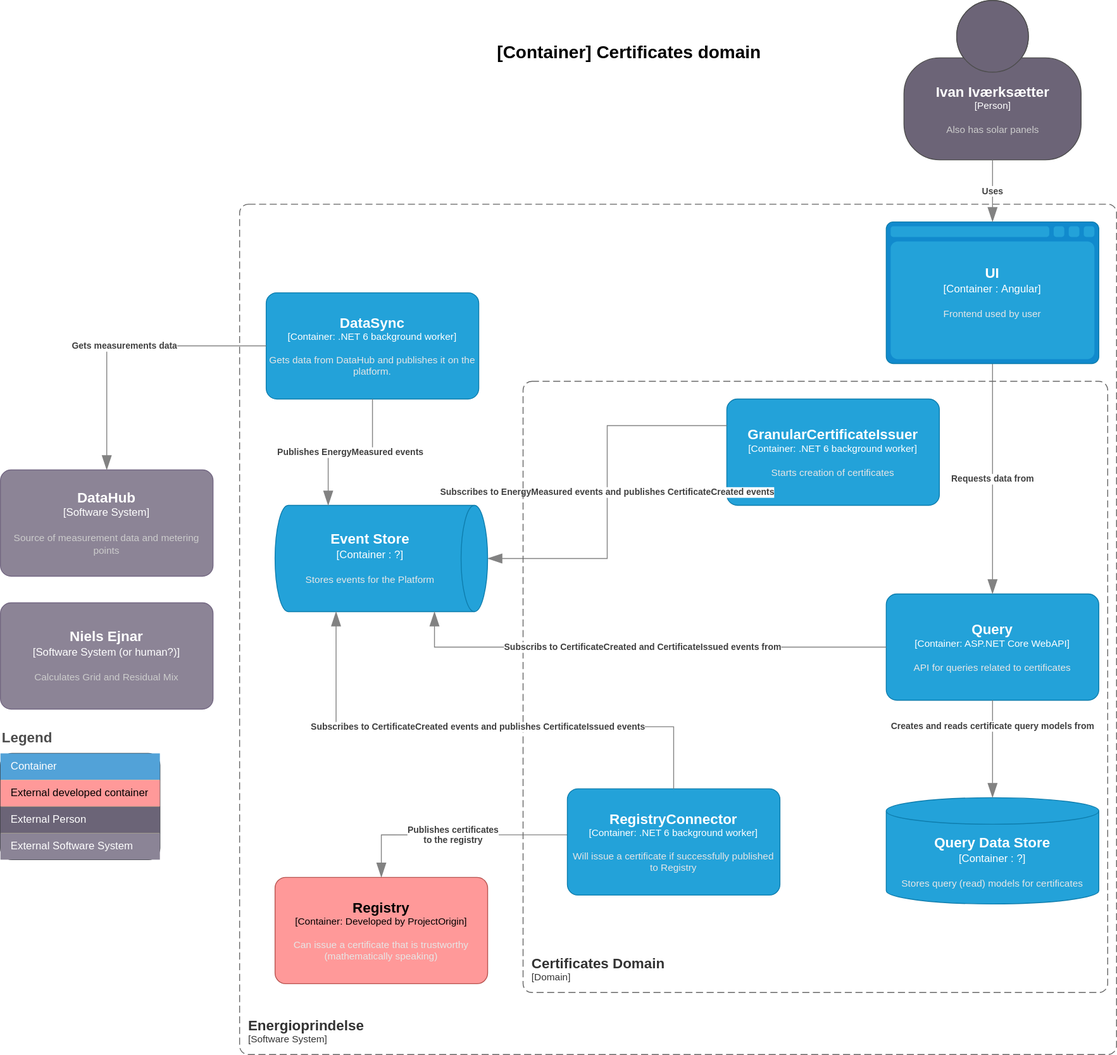
Above: doc/architecture/diagrams/certificates.target.container.drawio.svg in Energinet-DataHub/energy-origin (draw.io), before the change. Source tidied: cells renumbered, new cells last; positions are measured from the earlier drawing's top-left corner, leaving out a move shared by most shapes.
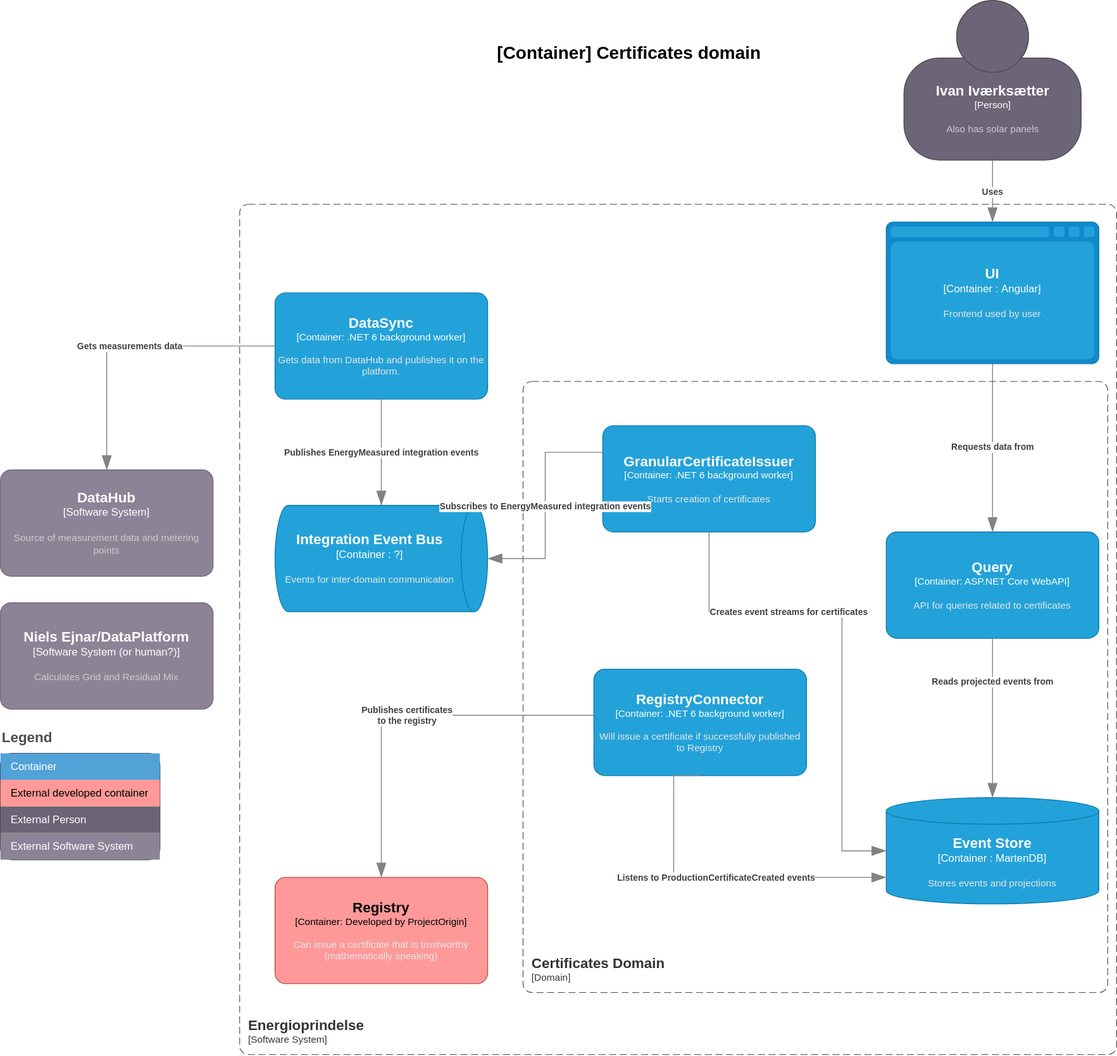
The same file after the commit.

Diff of the diagram source:
```diff
@@ -9,25 +9,20 @@
     </object>
     <object id="3" label="&lt;font style=&quot;font-size: 16px&quot;&gt;&lt;b&gt;%c4Name%&lt;/b&gt;&lt;/font&gt;&lt;div&gt;[%c4Type%: %c4Technology%]&lt;/div&gt;&lt;br&gt;&lt;div&gt;&lt;font style=&quot;font-size: 11px&quot;&gt;&lt;font color=&quot;#E6E6E6&quot;&gt;%c4Description%&lt;/font&gt;&lt;/div&gt;" c4Description="API for queries related to certificates" c4Name="Query" c4Technology="ASP.NET Core WebAPI" c4Type="Container" placeholders="1">
       <mxCell style="rounded=1;whiteSpace=wrap;html=1;fontSize=11;labelBackgroundColor=none;fillColor=#23A2D9;fontColor=#ffffff;align=center;arcSize=10;strokeColor=#0E7DAD;points=[[0.25,0,0],[0.5,0,0],[0.75,0,0],[1,0.25,0],[1,0.5,0],[1,0.75,0],[0.75,1,0],[0.5,1,0],[0.25,1,0],[0,0.75,0],[0,0.5,0],[0,0.25,0]];" parent="1" vertex="1">
-        <mxGeometry x="1000" y="670" width="240" height="120" as="geometry" />
+        <mxGeometry x="1000" y="600" width="240" height="120" as="geometry" />
       </mxCell>
     </object>
     <object id="4" label="&lt;font style=&quot;font-size: 16px&quot;&gt;&lt;b&gt;%c4Name%&lt;/b&gt;&lt;/font&gt;&lt;div&gt;[%c4Type%: %c4Technology%]&lt;/div&gt;&lt;br&gt;&lt;div&gt;&lt;font style=&quot;font-size: 11px&quot;&gt;&lt;font color=&quot;#E6E6E6&quot;&gt;%c4Description%&lt;/font&gt;&lt;/div&gt;" c4Description="Starts creation of certificates" c4Name="GranularCertificateIssuer" c4Technology=".NET 6 background worker" c4Type="Container" placeholders="1">
       <mxCell style="rounded=1;whiteSpace=wrap;html=1;fontSize=11;labelBackgroundColor=none;fillColor=#23A2D9;fontColor=#ffffff;align=center;arcSize=10;strokeColor=#0E7DAD;points=[[0.25,0,0],[0.5,0,0],[0.75,0,0],[1,0.25,0],[1,0.5,0],[1,0.75,0],[0.75,1,0],[0.5,1,0],[0.25,1,0],[0,0.75,0],[0,0.5,0],[0,0.25,0]];" parent="1" vertex="1">
-        <mxGeometry x="820" y="450" width="240" height="120" as="geometry" />
+        <mxGeometry x="680" y="480" width="240" height="120" as="geometry" />
       </mxCell>
     </object>
-    <object id="5" label="&lt;font style=&quot;font-size: 16px&quot;&gt;&lt;b&gt;%c4Type%&lt;/font&gt;&lt;div&gt;[%c4Container%:&amp;nbsp;%c4Technology%]&lt;/div&gt;&lt;br&gt;&lt;div&gt;&lt;font style=&quot;font-size: 11px&quot;&gt;&lt;font color=&quot;#E6E6E6&quot;&gt;%c4Description%&lt;/font&gt;&lt;/div&gt;" c4Container="Container " c4Description="Stores query (read) models for certificates" c4Technology="?" c4Type="Query Data Store" placeholders="1">
+    <object id="5" label="&lt;font style=&quot;font-size: 16px&quot;&gt;&lt;b&gt;%c4Type%&lt;/font&gt;&lt;div&gt;[%c4Container%:&amp;nbsp;%c4Technology%]&lt;/div&gt;&lt;br&gt;&lt;div&gt;&lt;font style=&quot;font-size: 11px&quot;&gt;&lt;font color=&quot;#E6E6E6&quot;&gt;%c4Description%&lt;/font&gt;&lt;/div&gt;" c4Container="Container " c4Description="Stores events and projections" c4Technology="MartenDB" c4Type="Event Store" placeholders="1">
       <mxCell style="shape=cylinder3;size=15;whiteSpace=wrap;html=1;boundedLbl=1;rounded=0;labelBackgroundColor=none;fillColor=#23A2D9;fontSize=12;fontColor=#ffffff;align=center;strokeColor=#0E7DAD;points=[[0.5,0,0],[1,0.25,0],[1,0.5,0],[1,0.75,0],[0.5,1,0],[0,0.75,0],[0,0.5,0],[0,0.25,0]];" parent="1" vertex="1">
         <mxGeometry x="1000" y="900" width="240" height="120" as="geometry" />
       </mxCell>
     </object>
-    <object id="6" label="&lt;div style=&quot;text-align: left&quot;&gt;&lt;div style=&quot;text-align: center&quot;&gt;&lt;b&gt;%c4Description%&lt;/b&gt;&lt;/div&gt;" c4Description="Subscribes to EnergyMeasured events and publishes CertificateCreated events" c4Type="Relationship" placeholders="1">
-      <mxCell style="endArrow=blockThin;html=1;fontSize=10;fontColor=#404040;strokeWidth=1;endFill=1;strokeColor=#828282;elbow=vertical;endSize=14;startSize=14;jumpStyle=arc;jumpSize=16;rounded=0;edgeStyle=orthogonalEdgeStyle;exitX=0;exitY=0.25;exitDx=0;exitDy=0;exitPerimeter=0;entryX=0.5;entryY=0;entryDx=0;entryDy=0;entryPerimeter=0;" parent="1" edge="1" source="4" target="14">
-        <mxGeometry relative="1" as="geometry" />
-      </mxCell>
-    </object>
-    <object id="7" label="&lt;div style=&quot;text-align: left&quot;&gt;&lt;div style=&quot;text-align: center&quot;&gt;&lt;b&gt;%c4Description%&lt;/b&gt;&lt;/div&gt;" c4Description="Creates and reads certificate query models from" c4Type="Relationship" placeholders="1">
+    <object id="7" label="&lt;div style=&quot;text-align: left&quot;&gt;&lt;div style=&quot;text-align: center&quot;&gt;&lt;b&gt;%c4Description%&lt;/b&gt;&lt;/div&gt;" c4Description="Reads projected events from" c4Type="Relationship" placeholders="1">
       <mxCell style="endArrow=blockThin;html=1;fontSize=10;fontColor=#404040;strokeWidth=1;endFill=1;strokeColor=#828282;elbow=vertical;endSize=14;startSize=14;jumpStyle=arc;jumpSize=16;rounded=0;edgeStyle=orthogonalEdgeStyle;exitX=0.5;exitY=1;exitDx=0;exitDy=0;exitPerimeter=0;entryX=0.5;entryY=0;entryDx=0;entryDy=0;entryPerimeter=0;" parent="1" edge="1" source="3" target="5">
         <mxGeometry x="-0.47" relative="1" as="geometry" />
       </mxCell>
@@ -52,7 +47,7 @@
         <mxGeometry x="1000" y="250" width="240" height="160" as="geometry" />
       </mxCell>
     </object>
-    <object id="12" label="&lt;font style=&quot;font-size: 16px&quot;&gt;&lt;b&gt;%c4Name%&lt;/b&gt;&lt;/font&gt;&lt;div&gt;[%c4Type%]&lt;/div&gt;&lt;br&gt;&lt;div&gt;&lt;font style=&quot;font-size: 11px&quot;&gt;&lt;font color=&quot;#cccccc&quot;&gt;%c4Description%&lt;/font&gt;&lt;/div&gt;" c4Description="Calculates Grid and Residual Mix" c4Name="Niels Ejnar" c4Type="Software System (or human?)" placeholders="1">
+    <object id="12" label="&lt;font style=&quot;font-size: 16px&quot;&gt;&lt;b&gt;%c4Name%&lt;/b&gt;&lt;/font&gt;&lt;div&gt;[%c4Type%]&lt;/div&gt;&lt;br&gt;&lt;div&gt;&lt;font style=&quot;font-size: 11px&quot;&gt;&lt;font color=&quot;#cccccc&quot;&gt;%c4Description%&lt;/font&gt;&lt;/div&gt;" c4Description="Calculates Grid and Residual Mix" c4Name="Niels Ejnar/DataPlatform" c4Type="Software System (or human?)" placeholders="1">
       <mxCell style="rounded=1;whiteSpace=wrap;html=1;labelBackgroundColor=none;fillColor=#8C8496;fontColor=#ffffff;align=center;arcSize=10;strokeColor=#736782;" parent="1" vertex="1">
         <mxGeometry y="680" width="240" height="120" as="geometry" />
       </mxCell>
@@ -62,18 +57,18 @@
         <mxGeometry x="510" y="40" width="400" height="40" as="geometry" />
       </mxCell>
     </object>
-    <object id="14" label="&lt;font style=&quot;font-size: 16px&quot;&gt;&lt;b&gt;%c4Type%&lt;/font&gt;&lt;div&gt;[%c4Container%:&amp;nbsp;%c4Technology%]&lt;/div&gt;&lt;br&gt;&lt;div&gt;&lt;font style=&quot;font-size: 11px&quot;&gt;&lt;font color=&quot;#E6E6E6&quot;&gt;%c4Description%&lt;/font&gt;&lt;/div&gt;" c4Container="Container " c4Description="Stores events for the Platform" c4Technology="?" c4Type="Event Store" placeholders="1">
+    <object id="14" label="&lt;font style=&quot;font-size: 16px&quot;&gt;&lt;b&gt;%c4Type%&lt;/font&gt;&lt;div&gt;[%c4Container%:&amp;nbsp;%c4Technology%]&lt;/div&gt;&lt;br&gt;&lt;div&gt;&lt;font style=&quot;font-size: 11px&quot;&gt;&lt;font color=&quot;#E6E6E6&quot;&gt;%c4Description%&lt;/font&gt;&lt;/div&gt;" c4Container="Container " c4Description="Events for inter-domain communication" c4Technology="?" c4Type="Integration Event Bus" placeholders="1">
       <mxCell style="shape=cylinder3;size=15;direction=south;whiteSpace=wrap;html=1;boundedLbl=1;rounded=0;labelBackgroundColor=none;fillColor=#23A2D9;fontSize=12;fontColor=#ffffff;align=center;strokeColor=#0E7DAD;points=[[0.5,0,0],[1,0.25,0],[1,0.5,0],[1,0.75,0],[0.5,1,0],[0,0.75,0],[0,0.5,0],[0,0.25,0]];" parent="1" vertex="1">
         <mxGeometry x="310" y="570" width="240" height="120" as="geometry" />
       </mxCell>
     </object>
     <object id="15" label="&lt;font style=&quot;font-size: 16px&quot;&gt;&lt;b&gt;%c4Name%&lt;/b&gt;&lt;/font&gt;&lt;div&gt;[%c4Type%: %c4Technology%]&lt;/div&gt;&lt;br&gt;&lt;div&gt;&lt;font style=&quot;font-size: 11px&quot;&gt;&lt;font color=&quot;#E6E6E6&quot;&gt;%c4Description%&lt;/font&gt;&lt;/div&gt;" c4Description="Gets data from DataHub and publishes it on the platform." c4Name="DataSync" c4Technology=".NET 6 background worker" c4Type="Container" placeholders="1">
       <mxCell style="rounded=1;whiteSpace=wrap;html=1;fontSize=11;labelBackgroundColor=none;fillColor=#23A2D9;fontColor=#ffffff;align=center;arcSize=10;strokeColor=#0E7DAD;points=[[0.25,0,0],[0.5,0,0],[0.75,0,0],[1,0.25,0],[1,0.5,0],[1,0.75,0],[0.75,1,0],[0.5,1,0],[0.25,1,0],[0,0.75,0],[0,0.5,0],[0,0.25,0]];" parent="1" vertex="1">
-        <mxGeometry x="300" y="330" width="240" height="120" as="geometry" />
+        <mxGeometry x="310" y="330" width="240" height="120" as="geometry" />
       </mxCell>
     </object>
-    <object id="16" label="&lt;div style=&quot;text-align: left&quot;&gt;&lt;div style=&quot;text-align: center&quot;&gt;&lt;b&gt;%c4Description%&lt;/b&gt;&lt;/div&gt;" c4Description="Publishes EnergyMeasured events" c4Type="Relationship" placeholders="1">
-      <mxCell style="endArrow=blockThin;html=1;fontSize=10;fontColor=#404040;strokeWidth=1;endFill=1;strokeColor=#828282;elbow=vertical;endSize=14;startSize=14;jumpStyle=arc;jumpSize=16;rounded=0;edgeStyle=orthogonalEdgeStyle;exitX=0.5;exitY=1;exitDx=0;exitDy=0;exitPerimeter=0;entryX=0;entryY=0.75;entryDx=0;entryDy=0;entryPerimeter=0;" parent="1" edge="1" source="15" target="14">
+    <object id="16" label="&lt;div style=&quot;text-align: left&quot;&gt;&lt;div style=&quot;text-align: center&quot;&gt;&lt;b&gt;%c4Description%&lt;/b&gt;&lt;/div&gt;" c4Description="Publishes EnergyMeasured integration events" c4Type="Relationship" placeholders="1">
+      <mxCell style="endArrow=blockThin;html=1;fontSize=10;fontColor=#404040;strokeWidth=1;endFill=1;strokeColor=#828282;elbow=vertical;endSize=14;startSize=14;jumpStyle=arc;jumpSize=16;rounded=0;edgeStyle=orthogonalEdgeStyle;exitX=0.5;exitY=1;exitDx=0;exitDy=0;exitPerimeter=0;entryX=0;entryY=0.5;entryDx=0;entryDy=0;entryPerimeter=0;" parent="1" edge="1" source="15" target="14">
         <mxGeometry relative="1" as="geometry" />
       </mxCell>
     </object>
@@ -124,23 +119,33 @@
     </object>
     <object id="28" label="&lt;font style=&quot;font-size: 16px&quot;&gt;&lt;b&gt;%c4Name%&lt;/b&gt;&lt;/font&gt;&lt;div&gt;[%c4Type%: %c4Technology%]&lt;/div&gt;&lt;br&gt;&lt;div&gt;&lt;font style=&quot;font-size: 11px&quot;&gt;&lt;font color=&quot;#E6E6E6&quot;&gt;%c4Description%&lt;/font&gt;&lt;/div&gt;" c4Description="Will issue a certificate if successfully published to Registry" c4Name="RegistryConnector" c4Technology=".NET 6 background worker" c4Type="Container" placeholders="1">
       <mxCell style="rounded=1;whiteSpace=wrap;html=1;fontSize=11;labelBackgroundColor=none;fillColor=#23A2D9;fontColor=#ffffff;align=center;arcSize=10;strokeColor=#0E7DAD;points=[[0.25,0,0],[0.5,0,0],[0.75,0,0],[1,0.25,0],[1,0.5,0],[1,0.75,0],[0.75,1,0],[0.5,1,0],[0.25,1,0],[0,0.75,0],[0,0.5,0],[0,0.25,0]];" parent="1" vertex="1">
-        <mxGeometry x="640" y="890" width="240" height="120" as="geometry" />
+        <mxGeometry x="670" y="755" width="240" height="120" as="geometry" />
       </mxCell>
     </object>
-    <object id="29" label="&lt;div style=&quot;text-align: left&quot;&gt;&lt;div style=&quot;text-align: center&quot;&gt;&lt;b&gt;%c4Description%&lt;/b&gt;&lt;/div&gt;" c4Description="Subscribs to CertificateCreated and CertificateIssued events from" c4Type="Relationship" placeholders="1">
-      <mxCell style="endArrow=blockThin;html=1;fontSize=10;fontColor=#404040;strokeWidth=1;endFill=1;strokeColor=#828282;elbow=vertical;endSize=14;startSize=14;jumpStyle=arc;jumpSize=16;rounded=0;edgeStyle=orthogonalEdgeStyle;entryX=1;entryY=0.25;entryDx=0;entryDy=0;entryPerimeter=0;exitX=0;exitY=0.5;exitDx=0;exitDy=0;exitPerimeter=0;" parent="1" edge="1" source="3" target="14">
-        <mxGeometry relative="1" as="geometry" />
+    <object id="29" label="&lt;div style=&quot;text-align: left&quot;&gt;&lt;div style=&quot;text-align: center&quot;&gt;&lt;b&gt;%c4Description%&lt;/b&gt;&lt;/div&gt;" c4Description="Creates event streams for certificates" c4Type="Relationship" placeholders="1">
+      <mxCell style="endArrow=blockThin;html=1;fontSize=10;fontColor=#404040;strokeWidth=1;endFill=1;strokeColor=#828282;elbow=vertical;endSize=14;startSize=14;jumpStyle=arc;jumpSize=16;rounded=0;edgeStyle=orthogonalEdgeStyle;entryX=0;entryY=0.5;entryDx=0;entryDy=0;entryPerimeter=0;exitX=0.5;exitY=1;exitDx=0;exitDy=0;exitPerimeter=0;" parent="1" edge="1" source="4" target="5">
+        <mxGeometry x="-0.36" relative="1" as="geometry">
+          <Array as="points">
+            <mxPoint x="800" y="690" />
+            <mxPoint x="950" y="690" />
+            <mxPoint x="950" y="960" />
+          </Array>
+        </mxGeometry>
       </mxCell>
     </object>
-    <object id="30" label="&lt;div style=&quot;text-align: left&quot;&gt;&lt;div style=&quot;text-align: center&quot;&gt;&lt;b&gt;%c4Description%&lt;/b&gt;&lt;/div&gt;" c4Description="Subscribes to CertificateCreated events and publishes CertificateIssued events" c4Type="Relationship" placeholders="1">
-      <mxCell style="endArrow=blockThin;html=1;fontSize=10;fontColor=#404040;strokeWidth=1;endFill=1;strokeColor=#828282;elbow=vertical;endSize=14;startSize=14;jumpStyle=arc;jumpSize=16;rounded=0;edgeStyle=orthogonalEdgeStyle;entryX=1;entryY=0.713;entryDx=0;entryDy=0;entryPerimeter=0;exitX=0.5;exitY=0;exitDx=0;exitDy=0;exitPerimeter=0;" parent="1" edge="1" source="28" target="14">
+    <object id="30" label="&lt;div style=&quot;text-align: left&quot;&gt;&lt;div style=&quot;text-align: center&quot;&gt;&lt;b&gt;%c4Description%&lt;/b&gt;&lt;/div&gt;" c4Description="Listens to ProductionCertificateCreated events" c4Type="Relationship" placeholders="1">
+      <mxCell style="endArrow=blockThin;html=1;fontSize=10;fontColor=#404040;strokeWidth=1;endFill=1;strokeColor=#828282;elbow=vertical;endSize=14;startSize=14;jumpStyle=arc;jumpSize=16;rounded=0;edgeStyle=orthogonalEdgeStyle;exitX=0.5;exitY=1;exitDx=0;exitDy=0;exitPerimeter=0;entryX=0;entryY=0.75;entryDx=0;entryDy=0;entryPerimeter=0;" parent="1" edge="1" source="28" target="5">
         <mxGeometry relative="1" as="geometry">
           <Array as="points">
-            <mxPoint x="760" y="820" />
-            <mxPoint x="379" y="820" />
+            <mxPoint x="760" y="990" />
           </Array>
         </mxGeometry>
       </mxCell>
     </object>
+    <object id="6" label="&lt;div style=&quot;text-align: left&quot;&gt;&lt;div style=&quot;text-align: center&quot;&gt;&lt;b&gt;%c4Description%&lt;/b&gt;&lt;/div&gt;" c4Description="Subscribes to EnergyMeasured integration events" c4Type="Relationship" placeholders="1">
+      <mxCell style="endArrow=blockThin;html=1;fontSize=10;fontColor=#404040;strokeWidth=1;endFill=1;strokeColor=#828282;elbow=vertical;endSize=14;startSize=14;jumpStyle=arc;jumpSize=16;rounded=0;edgeStyle=orthogonalEdgeStyle;exitX=0;exitY=0.25;exitDx=0;exitDy=0;exitPerimeter=0;entryX=0.5;entryY=0;entryDx=0;entryDy=0;entryPerimeter=0;shadow=0;" parent="1" edge="1" source="4" target="14">
+        <mxGeometry relative="1" as="geometry" />
+      </mxCell>
+    </object>
   </root>
 </mxGraphModel>
```
